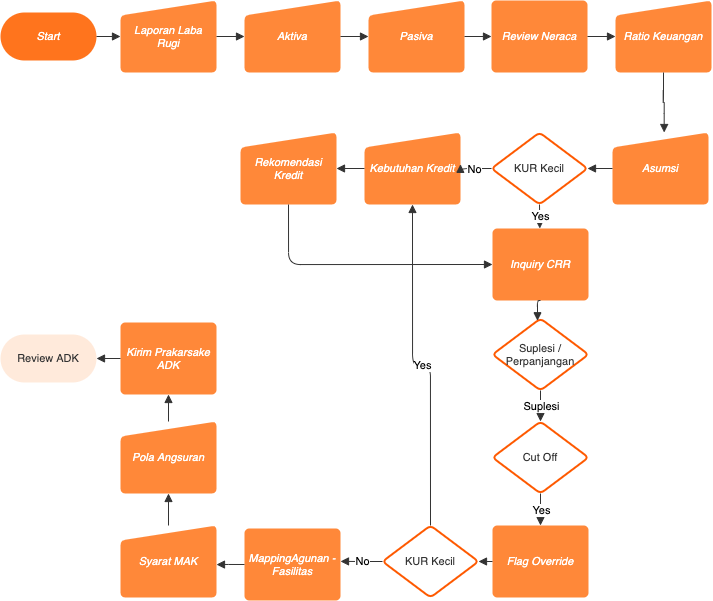
This is suplesi_perpanjangan_web-prakarsa suplesi perpanjangan web.png from icdelight/flowchart, a draw.io export, as it was before one commit. Source tidied: cells renumbered, new cells last; positions are measured from the earlier drawing's top-left corner, leaving out a move shared by most shapes.
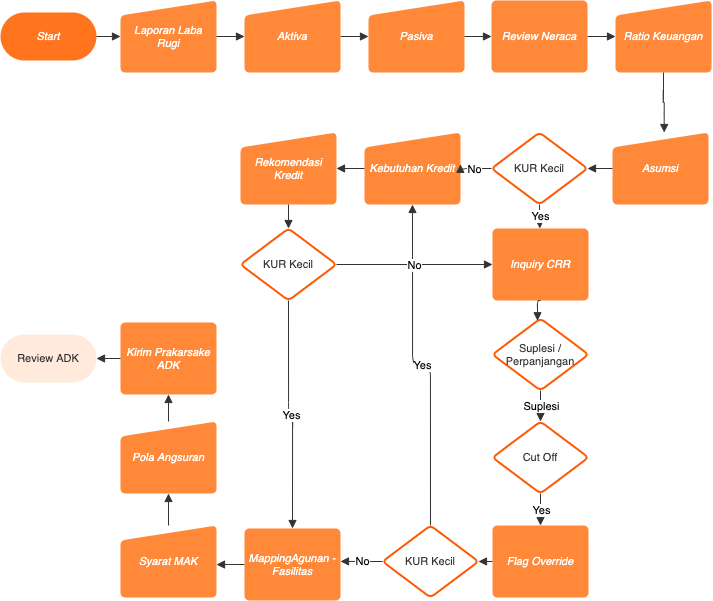
After the change.

Diff of the diagram source:
```diff
@@ -134,14 +134,29 @@
     <mxCell id="45" style="html=1;jettySize=18;fontSize=11;strokeColor=#333333;strokeOpacity=100;rounded=1;arcSize=24;edgeStyle=orthogonalEdgeStyle;startArrow=none;endArrow=block;endFill=1;exitX=0;exitY=0.5;exitPerimeter=1;entryX=1;entryY=0.5;entryPerimeter=1;" parent="1" edge="1" source="16" target="5">
       <mxGeometry relative="1" as="geometry" />
     </mxCell>
-    <mxCell id="46" style="html=1;jettySize=18;fontSize=11;strokeColor=#333333;strokeOpacity=100;rounded=1;arcSize=24;edgeStyle=orthogonalEdgeStyle;startArrow=none;endArrow=block;endFill=1;exitX=0.5;exitY=1;exitPerimeter=1;entryX=0;entryY=0.5;entryPerimeter=1;" parent="1" edge="1" source="12" target="17">
+    <mxCell id="46" style="html=1;jettySize=18;fontSize=11;fontColor=#333333;align=center;strokeColor=#333333;strokeOpacity=100;rounded=1;arcSize=24;edgeStyle=orthogonalEdgeStyle;startArrow=none;endArrow=block;endFill=1;exitX=0.011610882875622596;exitY=0.5;exitPerimeter=1;entryX=1;entryY=0.45748728336194894;entryPerimeter=1;" parent="1" edge="1" source="38" target="15">
       <mxGeometry relative="1" as="geometry" />
     </mxCell>
-    <mxCell id="47" style="html=1;jettySize=18;fontSize=11;fontColor=#333333;align=center;strokeColor=#333333;strokeOpacity=100;rounded=1;arcSize=24;edgeStyle=orthogonalEdgeStyle;startArrow=none;endArrow=block;endFill=1;exitX=0.011610882875622596;exitY=0.5;exitPerimeter=1;entryX=1;entryY=0.45748728336194894;entryPerimeter=1;" parent="1" edge="1" source="38" target="15">
+    <mxCell id="47" value="No" style="text;html=1;labelBackgroundColor=#ffffff;align=center;verticalAlign=middle;fontSize=11;" parent="46" vertex="1">
       <mxGeometry relative="1" as="geometry" />
     </mxCell>
-    <mxCell id="48" value="No" style="text;html=1;labelBackgroundColor=#ffffff;align=center;verticalAlign=middle;fontSize=11;" parent="47" vertex="1">
-      <mxGeometry relative="1" as="geometry" />
+    <mxCell id="48" value="KUR Kecil" style="html=1;whiteSpace=wrap;rhombus;fontSize=11;fontColor=#333333;spacing=3;strokeColor=#fe5900;strokeOpacity=100;rounded=1;absoluteArcSize=1;arcSize=9.6;strokeWidth=2;" parent="1" vertex="1">
+      <mxGeometry x="240" y="228" width="96" height="72" as="geometry" />
     </mxCell>
+    <mxCell id="49" style="html=1;jettySize=18;fontSize=11;strokeColor=#333333;strokeOpacity=100;rounded=1;arcSize=24;edgeStyle=orthogonalEdgeStyle;startArrow=none;endArrow=block;endFill=1;exitX=0.5;exitY=1;exitPerimeter=1;entryX=0.5;entryY=0.007613440262757424;entryPerimeter=1;" parent="1" edge="1" source="12" target="48">
+      <mxGeometry relative="1" as="geometry" />
+    </mxCell>
+    <mxCell id="50" style="html=1;jettySize=18;fontSize=11;fontColor=#333333;align=center;strokeColor=#333333;strokeOpacity=100;rounded=1;arcSize=24;edgeStyle=orthogonalEdgeStyle;startArrow=none;endArrow=block;endFill=1;exitX=0.9883891171243775;exitY=0.5;exitPerimeter=1;entryX=0;entryY=0.5;entryPerimeter=1;" parent="1" edge="1" source="48" target="17">
+      <mxGeometry relative="1" as="geometry" />
+    </mxCell>
+    <mxCell id="51" value="No" style="text;html=1;labelBackgroundColor=#ffffff;align=center;verticalAlign=middle;fontSize=11;" parent="50" vertex="1">
+      <mxGeometry relative="1" as="geometry" />
+    </mxCell>
+    <mxCell id="52" style="html=1;jettySize=18;fontSize=11;fontColor=#333333;align=center;strokeColor=#333333;strokeOpacity=100;rounded=1;arcSize=24;edgeStyle=orthogonalEdgeStyle;startArrow=none;endArrow=block;endFill=1;exitX=0.5;exitY=0.9923865597372427;exitPerimeter=1;entryX=0.5;entryY=0;entryPerimeter=1;" parent="1" edge="1" source="48" target="15">
+      <mxGeometry relative="1" as="geometry" />
+    </mxCell>
+    <mxCell id="53" value="Yes" style="text;html=1;labelBackgroundColor=#ffffff;align=center;verticalAlign=middle;fontSize=11;" parent="52" vertex="1">
+      <mxGeometry relative="1" as="geometry" />
+    </mxCell>
   </root>
 </mxGraphModel>
```
